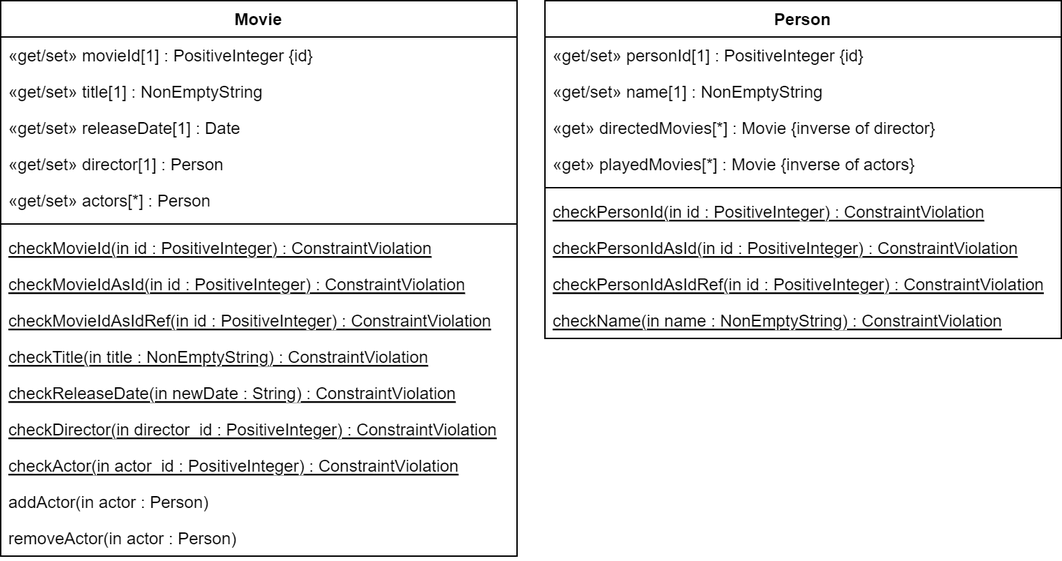
This is docs/assignment6/JavaScript_class_model.png from troppdus/webapp23-troppa, a draw.io export, as it was before one commit. Source tidied: cells renumbered, new cells last; positions are measured from the earlier drawing's top-left corner, leaving out a move shared by most shapes.
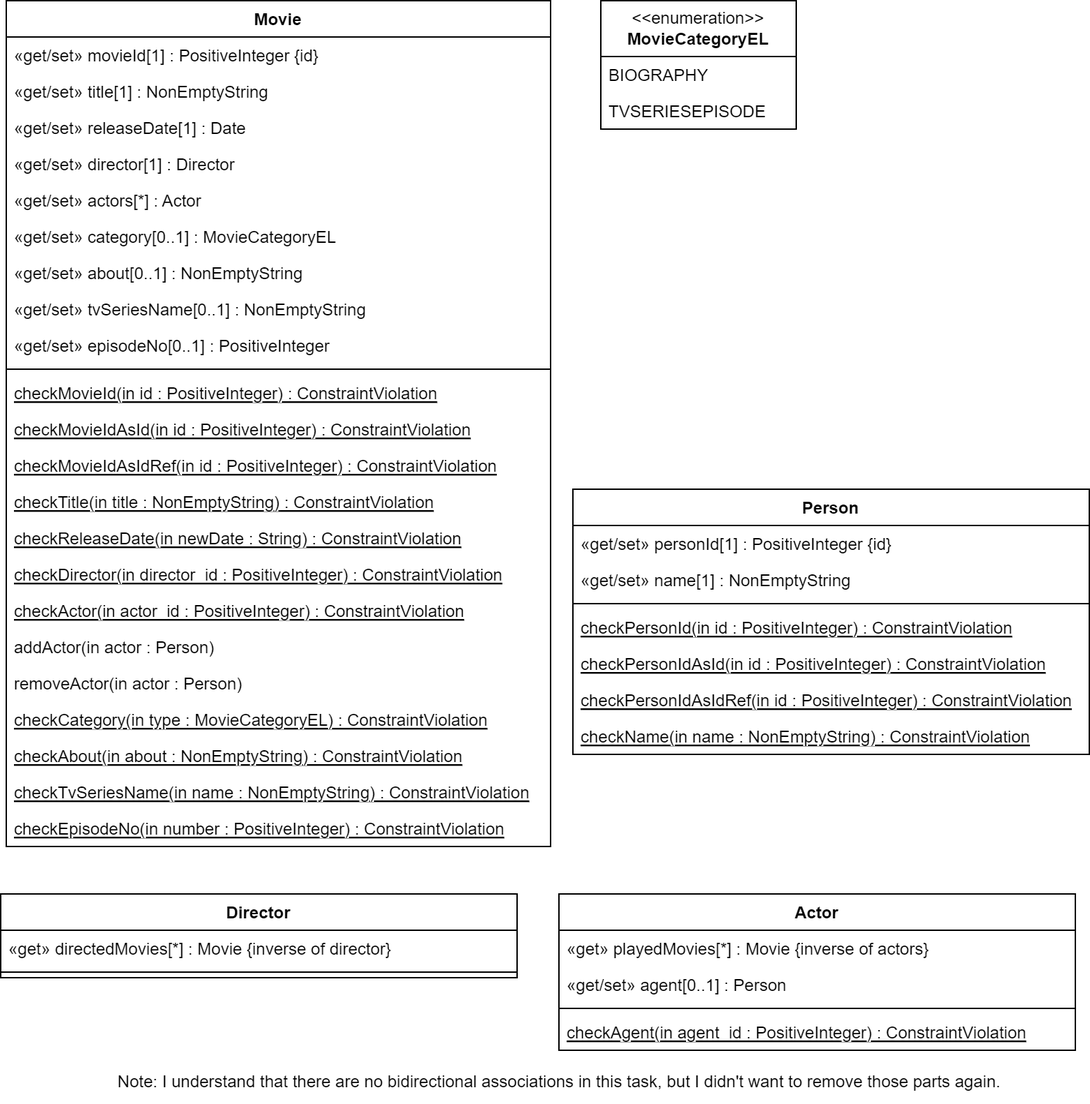
Above is the later version.

Commit message:
added the model diagrams

What changed in the source:
```diff
@@ -2,56 +2,89 @@
   <root>
     <mxCell id="0" />
     <mxCell id="1" parent="0" />
+    <mxCell id="28" value="&amp;lt;&amp;lt;enumeration&amp;gt;&amp;gt;&lt;br&gt;&lt;b&gt;MovieCategoryEL&lt;/b&gt;" style="swimlane;fontStyle=0;horizontal=1;startSize=40;fillColor=none;whiteSpace=wrap;html=1;" parent="1" vertex="1">
+      <mxGeometry x="410" y="-170" width="140" height="92" as="geometry" />
+    </mxCell>
+    <mxCell id="29" value="BIOGRAPHY" style="text;strokeColor=none;fillColor=none;align=left;verticalAlign=top;spacingLeft=4;spacingRight=4;overflow=hidden;whiteSpace=wrap;html=1;" parent="28" vertex="1">
+      <mxGeometry y="40" width="140" height="26" as="geometry" />
+    </mxCell>
+    <mxCell id="30" value="TVSERIESEPISODE" style="text;strokeColor=none;fillColor=none;align=left;verticalAlign=top;spacingLeft=4;spacingRight=4;overflow=hidden;whiteSpace=wrap;html=1;" parent="28" vertex="1">
+      <mxGeometry y="66" width="140" height="26" as="geometry" />
+    </mxCell>
     <mxCell id="2" value="Movie&#10;" style="swimlane;fontStyle=1;align=center;verticalAlign=top;horizontal=1;startSize=26;" parent="1" vertex="1">
-      <mxGeometry width="370" height="398" as="geometry" />
+      <mxGeometry x="-16" y="-170" width="390" height="606" as="geometry" />
     </mxCell>
     <mxCell id="3" value="«get/set» movieId[1] : PositiveInteger {id}" style="text;strokeColor=none;fillColor=none;align=left;verticalAlign=top;spacingLeft=4;spacingRight=4;overflow=hidden;" parent="2" vertex="1">
-      <mxGeometry y="26" width="370" height="26" as="geometry" />
+      <mxGeometry y="26" width="390" height="26" as="geometry" />
     </mxCell>
     <mxCell id="4" value="«get/set» title[1] : NonEmptyString" style="text;strokeColor=none;fillColor=none;align=left;verticalAlign=top;spacingLeft=4;spacingRight=4;overflow=hidden;" parent="2" vertex="1">
-      <mxGeometry y="52" width="370" height="26" as="geometry" />
+      <mxGeometry y="52" width="390" height="26" as="geometry" />
     </mxCell>
     <mxCell id="5" value="«get/set» releaseDate[1] : Date" style="text;strokeColor=none;fillColor=none;align=left;verticalAlign=top;spacingLeft=4;spacingRight=4;overflow=hidden;" parent="2" vertex="1">
-      <mxGeometry y="78" width="370" height="26" as="geometry" />
+      <mxGeometry y="78" width="390" height="26" as="geometry" />
     </mxCell>
-    <mxCell id="6" value="«get/set» director[1] : Person" style="text;strokeColor=none;fillColor=none;align=left;verticalAlign=top;spacingLeft=4;spacingRight=4;overflow=hidden;" parent="2" vertex="1">
-      <mxGeometry y="104" width="370" height="26" as="geometry" />
-    </mxCell>
-    <mxCell id="7" value="«get/set» actors[*] : Person" style="text;strokeColor=none;fillColor=none;align=left;verticalAlign=top;spacingLeft=4;spacingRight=4;overflow=hidden;" parent="2" vertex="1">
-      <mxGeometry y="130" width="370" height="26" as="geometry" />
-    </mxCell>
-    <mxCell id="8" style="line;strokeWidth=1;fillColor=none;align=left;verticalAlign=middle;spacingTop=-1;spacingLeft=3;spacingRight=3;labelPosition=right;strokeColor=inherit;" parent="2" vertex="1">
-      <mxGeometry y="156" width="370" height="8" as="geometry" />
-    </mxCell>
+    <mxCell id="31" value="«get/set» director[1] : Director" style="text;strokeColor=none;fillColor=none;align=left;verticalAlign=top;spacingLeft=4;spacingRight=4;overflow=hidden;" parent="2" vertex="1">
+      <mxGeometry y="104" width="390" height="26" as="geometry" />
+    </mxCell>
+    <mxCell id="32" value="«get/set» actors[*] : Actor" style="text;strokeColor=none;fillColor=none;align=left;verticalAlign=top;spacingLeft=4;spacingRight=4;overflow=hidden;" parent="2" vertex="1">
+      <mxGeometry y="130" width="390" height="26" as="geometry" />
+    </mxCell>
+    <mxCell id="33" value="«get/set» category[0..1] : MovieCategoryEL " style="text;strokeColor=none;fillColor=none;align=left;verticalAlign=top;spacingLeft=4;spacingRight=4;overflow=hidden;" parent="2" vertex="1">
+      <mxGeometry y="156" width="390" height="26" as="geometry" />
+    </mxCell>
+    <mxCell id="34" value="«get/set» about[0..1] : NonEmptyString" style="text;strokeColor=none;fillColor=none;align=left;verticalAlign=top;spacingLeft=4;spacingRight=4;overflow=hidden;" parent="2" vertex="1">
+      <mxGeometry y="182" width="390" height="26" as="geometry" />
+    </mxCell>
+    <mxCell id="35" value="«get/set» tvSeriesName[0..1] : NonEmptyString" style="text;strokeColor=none;fillColor=none;align=left;verticalAlign=top;spacingLeft=4;spacingRight=4;overflow=hidden;" parent="2" vertex="1">
+      <mxGeometry y="208" width="390" height="26" as="geometry" />
+    </mxCell>
+    <mxCell id="36" value="«get/set» episodeNo[0..1] : PositiveInteger" style="text;strokeColor=none;fillColor=none;align=left;verticalAlign=top;spacingLeft=4;spacingRight=4;overflow=hidden;" parent="2" vertex="1">
+      <mxGeometry y="234" width="390" height="26" as="geometry" />
+    </mxCell>
+    <mxCell id="37" style="line;strokeWidth=1;fillColor=none;align=left;verticalAlign=middle;spacingTop=-1;spacingLeft=3;spacingRight=3;labelPosition=right;strokeColor=inherit;" parent="2" vertex="1">
+      <mxGeometry y="260" width="390" height="8" as="geometry" />
+    </mxCell>
     <mxCell id="9" value="checkMovieId(in id : PositiveInteger) : ConstraintViolation" style="text;strokeColor=none;fillColor=none;align=left;verticalAlign=top;spacingLeft=4;spacingRight=4;overflow=hidden;fontStyle=4;" parent="2" vertex="1">
-      <mxGeometry y="164" width="370" height="26" as="geometry" />
+      <mxGeometry y="268" width="390" height="26" as="geometry" />
     </mxCell>
     <mxCell id="10" value="checkMovieIdAsId(in id : PositiveInteger) : ConstraintViolation" style="text;strokeColor=none;fillColor=none;align=left;verticalAlign=top;spacingLeft=4;spacingRight=4;overflow=hidden;fontStyle=4;" parent="2" vertex="1">
-      <mxGeometry y="190" width="370" height="26" as="geometry" />
+      <mxGeometry y="294" width="390" height="26" as="geometry" />
     </mxCell>
     <mxCell id="11" value="checkMovieIdAsIdRef(in id : PositiveInteger) : ConstraintViolation" style="text;strokeColor=none;fillColor=none;align=left;verticalAlign=top;spacingLeft=4;spacingRight=4;overflow=hidden;fontStyle=4;" parent="2" vertex="1">
-      <mxGeometry y="216" width="370" height="26" as="geometry" />
+      <mxGeometry y="320" width="390" height="26" as="geometry" />
     </mxCell>
     <mxCell id="12" value="checkTitle(in title : NonEmptyString) : ConstraintViolation" style="text;strokeColor=none;fillColor=none;align=left;verticalAlign=top;spacingLeft=4;spacingRight=4;overflow=hidden;fontStyle=4;" parent="2" vertex="1">
-      <mxGeometry y="242" width="370" height="26" as="geometry" />
+      <mxGeometry y="346" width="390" height="26" as="geometry" />
     </mxCell>
     <mxCell id="13" value="checkReleaseDate(in newDate : String) : ConstraintViolation" style="text;strokeColor=none;fillColor=none;align=left;verticalAlign=top;spacingLeft=4;spacingRight=4;overflow=hidden;fontStyle=4;" parent="2" vertex="1">
-      <mxGeometry y="268" width="370" height="26" as="geometry" />
+      <mxGeometry y="372" width="390" height="26" as="geometry" />
     </mxCell>
     <mxCell id="14" value="checkDirector(in director_id : PositiveInteger) : ConstraintViolation" style="text;strokeColor=none;fillColor=none;align=left;verticalAlign=top;spacingLeft=4;spacingRight=4;overflow=hidden;fontStyle=4;" parent="2" vertex="1">
-      <mxGeometry y="294" width="370" height="26" as="geometry" />
+      <mxGeometry y="398" width="390" height="26" as="geometry" />
     </mxCell>
     <mxCell id="15" value="checkActor(in actor_id : PositiveInteger) : ConstraintViolation" style="text;strokeColor=none;fillColor=none;align=left;verticalAlign=top;spacingLeft=4;spacingRight=4;overflow=hidden;fontStyle=4;" parent="2" vertex="1">
-      <mxGeometry y="320" width="370" height="26" as="geometry" />
+      <mxGeometry y="424" width="390" height="26" as="geometry" />
     </mxCell>
     <mxCell id="16" value="addActor(in actor : Person)" style="text;strokeColor=none;fillColor=none;align=left;verticalAlign=top;spacingLeft=4;spacingRight=4;overflow=hidden;" parent="2" vertex="1">
-      <mxGeometry y="346" width="370" height="26" as="geometry" />
+      <mxGeometry y="450" width="390" height="26" as="geometry" />
     </mxCell>
     <mxCell id="17" value="removeActor(in actor : Person)" style="text;strokeColor=none;fillColor=none;align=left;verticalAlign=top;spacingLeft=4;spacingRight=4;overflow=hidden;" parent="2" vertex="1">
-      <mxGeometry y="372" width="370" height="26" as="geometry" />
+      <mxGeometry y="476" width="390" height="26" as="geometry" />
     </mxCell>
+    <mxCell id="38" value="checkCategory(in type : MovieCategoryEL) : ConstraintViolation" style="text;strokeColor=none;fillColor=none;align=left;verticalAlign=top;spacingLeft=4;spacingRight=4;overflow=hidden;fontStyle=4;" parent="2" vertex="1">
+      <mxGeometry y="502" width="390" height="26" as="geometry" />
+    </mxCell>
+    <mxCell id="39" value="checkAbout(in about : NonEmptyString) : ConstraintViolation" style="text;strokeColor=none;fillColor=none;align=left;verticalAlign=top;spacingLeft=4;spacingRight=4;overflow=hidden;fontStyle=4;" parent="2" vertex="1">
+      <mxGeometry y="528" width="390" height="26" as="geometry" />
+    </mxCell>
+    <mxCell id="40" value="checkTvSeriesName(in name : NonEmptyString) : ConstraintViolation" style="text;strokeColor=none;fillColor=none;align=left;verticalAlign=top;spacingLeft=4;spacingRight=4;overflow=hidden;fontStyle=4;" parent="2" vertex="1">
+      <mxGeometry y="554" width="390" height="26" as="geometry" />
+    </mxCell>
+    <mxCell id="41" value="checkEpisodeNo(in number : PositiveInteger) : ConstraintViolation" style="text;strokeColor=none;fillColor=none;align=left;verticalAlign=top;spacingLeft=4;spacingRight=4;overflow=hidden;fontStyle=4;" parent="2" vertex="1">
+      <mxGeometry y="580" width="390" height="26" as="geometry" />
+    </mxCell>
     <mxCell id="18" value="Person" style="swimlane;fontStyle=1;align=center;verticalAlign=top;horizontal=1;startSize=26;" parent="1" vertex="1">
-      <mxGeometry x="390" width="370" height="242" as="geometry" />
+      <mxGeometry x="390" y="180" width="370" height="190" as="geometry" />
     </mxCell>
     <mxCell id="19" value="«get/set» personId[1] : PositiveInteger {id}" style="text;strokeColor=none;fillColor=none;align=left;verticalAlign=top;spacingLeft=4;spacingRight=4;overflow=hidden;" parent="18" vertex="1">
       <mxGeometry y="26" width="370" height="26" as="geometry" />
@@ -59,26 +92,47 @@
     <mxCell id="20" value="«get/set» name[1] : NonEmptyString" style="text;strokeColor=none;fillColor=none;align=left;verticalAlign=top;spacingLeft=4;spacingRight=4;overflow=hidden;" parent="18" vertex="1">
       <mxGeometry y="52" width="370" height="26" as="geometry" />
     </mxCell>
-    <mxCell id="21" value="«get» directedMovies[*] : Movie {inverse of director}" style="text;strokeColor=none;fillColor=none;align=left;verticalAlign=top;spacingLeft=4;spacingRight=4;overflow=hidden;" parent="18" vertex="1">
-      <mxGeometry y="78" width="370" height="26" as="geometry" />
-    </mxCell>
-    <mxCell id="22" value="«get» playedMovies[*] : Movie {inverse of actors}" style="text;strokeColor=none;fillColor=none;align=left;verticalAlign=top;spacingLeft=4;spacingRight=4;overflow=hidden;" parent="18" vertex="1">
-      <mxGeometry y="104" width="370" height="26" as="geometry" />
-    </mxCell>
-    <mxCell id="23" style="line;strokeWidth=1;fillColor=none;align=left;verticalAlign=middle;spacingTop=-1;spacingLeft=3;spacingRight=3;labelPosition=right;strokeColor=inherit;" parent="18" vertex="1">
-      <mxGeometry y="130" width="370" height="8" as="geometry" />
-    </mxCell>
+    <mxCell id="42" style="line;strokeWidth=1;fillColor=none;align=left;verticalAlign=middle;spacingTop=-1;spacingLeft=3;spacingRight=3;labelPosition=right;strokeColor=inherit;" parent="18" vertex="1">
+      <mxGeometry y="78" width="370" height="8" as="geometry" />
+    </mxCell>
     <mxCell id="24" value="checkPersonId(in id : PositiveInteger) : ConstraintViolation" style="text;strokeColor=none;fillColor=none;align=left;verticalAlign=top;spacingLeft=4;spacingRight=4;overflow=hidden;fontStyle=4;" parent="18" vertex="1">
-      <mxGeometry y="138" width="370" height="26" as="geometry" />
+      <mxGeometry y="86" width="370" height="26" as="geometry" />
     </mxCell>
     <mxCell id="25" value="checkPersonIdAsId(in id : PositiveInteger) : ConstraintViolation" style="text;strokeColor=none;fillColor=none;align=left;verticalAlign=top;spacingLeft=4;spacingRight=4;overflow=hidden;fontStyle=4;" parent="18" vertex="1">
-      <mxGeometry y="164" width="370" height="26" as="geometry" />
+      <mxGeometry y="112" width="370" height="26" as="geometry" />
     </mxCell>
     <mxCell id="26" value="checkPersonIdAsIdRef(in id : PositiveInteger) : ConstraintViolation" style="text;strokeColor=none;fillColor=none;align=left;verticalAlign=top;spacingLeft=4;spacingRight=4;overflow=hidden;fontStyle=4;" parent="18" vertex="1">
-      <mxGeometry y="190" width="370" height="26" as="geometry" />
+      <mxGeometry y="138" width="370" height="26" as="geometry" />
     </mxCell>
     <mxCell id="27" value="checkName(in name : NonEmptyString) : ConstraintViolation" style="text;strokeColor=none;fillColor=none;align=left;verticalAlign=top;spacingLeft=4;spacingRight=4;overflow=hidden;fontStyle=4;" parent="18" vertex="1">
-      <mxGeometry y="216" width="370" height="26" as="geometry" />
+      <mxGeometry y="164" width="370" height="26" as="geometry" />
     </mxCell>
+    <mxCell id="43" value="Actor&#10;" style="swimlane;fontStyle=1;align=center;verticalAlign=top;horizontal=1;startSize=26;" parent="1" vertex="1">
+      <mxGeometry x="380" y="470" width="370" height="112" as="geometry" />
+    </mxCell>
+    <mxCell id="22" value="«get» playedMovies[*] : Movie {inverse of actors}" style="text;strokeColor=none;fillColor=none;align=left;verticalAlign=top;spacingLeft=4;spacingRight=4;overflow=hidden;" parent="43" vertex="1">
+      <mxGeometry y="26" width="370" height="26" as="geometry" />
+    </mxCell>
+    <mxCell id="44" value="«get/set» agent[0..1] : Person" style="text;strokeColor=none;fillColor=none;align=left;verticalAlign=top;spacingLeft=4;spacingRight=4;overflow=hidden;" parent="43" vertex="1">
+      <mxGeometry y="52" width="370" height="26" as="geometry" />
+    </mxCell>
+    <mxCell id="45" style="line;strokeWidth=1;fillColor=none;align=left;verticalAlign=middle;spacingTop=-1;spacingLeft=3;spacingRight=3;labelPosition=right;strokeColor=inherit;" parent="43" vertex="1">
+      <mxGeometry y="78" width="370" height="8" as="geometry" />
+    </mxCell>
+    <mxCell id="46" value="checkAgent(in agent_id : PositiveInteger) : ConstraintViolation" style="text;strokeColor=none;fillColor=none;align=left;verticalAlign=top;spacingLeft=4;spacingRight=4;overflow=hidden;fontStyle=4;" parent="43" vertex="1">
+      <mxGeometry y="86" width="370" height="26" as="geometry" />
+    </mxCell>
+    <mxCell id="47" value="Director" style="swimlane;fontStyle=1;align=center;verticalAlign=top;horizontal=1;startSize=26;" parent="1" vertex="1">
+      <mxGeometry x="-20" y="470" width="370" height="60" as="geometry" />
+    </mxCell>
+    <mxCell id="21" value="«get» directedMovies[*] : Movie {inverse of director}" style="text;strokeColor=none;fillColor=none;align=left;verticalAlign=top;spacingLeft=4;spacingRight=4;overflow=hidden;" parent="47" vertex="1">
+      <mxGeometry y="26" width="370" height="26" as="geometry" />
+    </mxCell>
+    <mxCell id="48" style="line;strokeWidth=1;fillColor=none;align=left;verticalAlign=middle;spacingTop=-1;spacingLeft=3;spacingRight=3;labelPosition=right;strokeColor=inherit;" parent="47" vertex="1">
+      <mxGeometry y="52" width="370" height="8" as="geometry" />
+    </mxCell>
+    <mxCell id="49" value="Note: I understand that there are no bidirectional associations in this task, but I didn't want to remove those parts again." style="text;html=1;align=center;verticalAlign=middle;strokeColor=none;fillColor=none;" parent="1" vertex="1">
+      <mxGeometry x="50" y="590" width="660" height="30" as="geometry" />
+    </mxCell>
   </root>
 </mxGraphModel>
```
